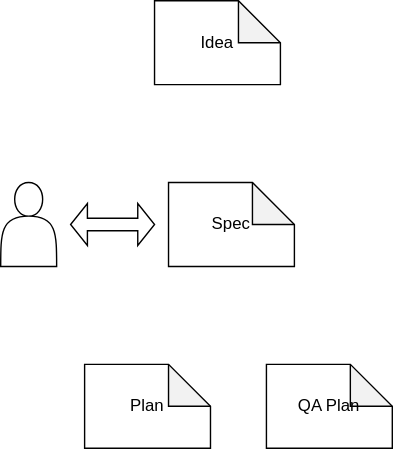
Before: images/spec-dd.drawio.svg, a diagram exported from draw.io (preludetech/how_i_claude_pytv_2026). Source tidied: cells renumbered, new cells last; positions are measured from the earlier drawing's top-left corner, leaving out a move shared by most shapes.
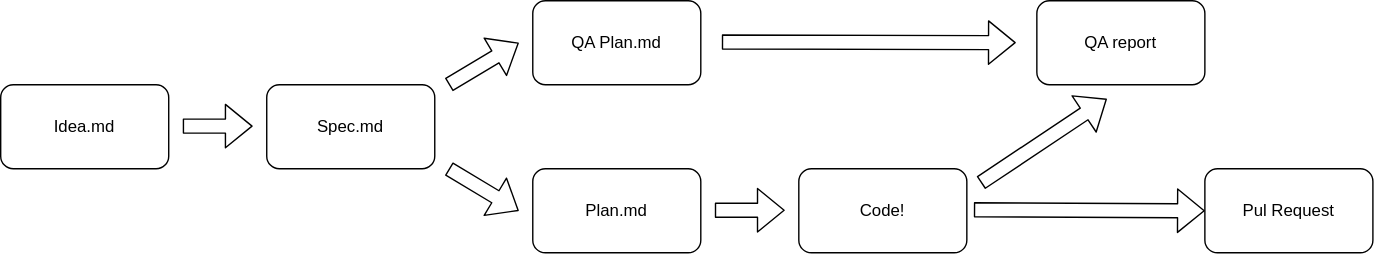
Above is the later version.

Commit message:
better spec dd slides

The edit, as a diff of the source:
```diff
@@ -2,23 +2,68 @@
   <root>
     <mxCell id="0" />
     <mxCell id="1" parent="0" />
-    <mxCell id="2" value="Idea&amp;nbsp; &amp;nbsp; &amp;nbsp; &amp;nbsp;" style="shape=note;whiteSpace=wrap;html=1;backgroundOutline=1;darkOpacity=0.05;" parent="1" vertex="1">
-      <mxGeometry x="110" width="90" height="60" as="geometry" />
-    </mxCell>
-    <mxCell id="3" value="Spec&amp;nbsp; &amp;nbsp; &amp;nbsp;" style="shape=note;whiteSpace=wrap;html=1;backgroundOutline=1;darkOpacity=0.05;" parent="1" vertex="1">
-      <mxGeometry x="120" y="130" width="90" height="60" as="geometry" />
-    </mxCell>
-    <mxCell id="4" style="shape=actor;whiteSpace=wrap;html=1;" parent="1" vertex="1">
-      <mxGeometry y="130" width="40" height="60" as="geometry" />
-    </mxCell>
-    <mxCell id="5" style="shape=doubleArrow;whiteSpace=wrap;html=1;" parent="1" vertex="1">
-      <mxGeometry x="50" y="145" width="60" height="30" as="geometry" />
-    </mxCell>
-    <mxCell id="6" value="Plan&amp;nbsp; &amp;nbsp; &amp;nbsp;" style="shape=note;whiteSpace=wrap;html=1;backgroundOutline=1;darkOpacity=0.05;" parent="1" vertex="1">
-      <mxGeometry x="60" y="260" width="90" height="60" as="geometry" />
-    </mxCell>
-    <mxCell id="7" value="QA Plan&amp;nbsp; &amp;nbsp; &amp;nbsp; &amp;nbsp;" style="shape=note;whiteSpace=wrap;html=1;backgroundOutline=1;darkOpacity=0.05;" parent="1" vertex="1">
-      <mxGeometry x="190" y="260" width="90" height="60" as="geometry" />
-    </mxCell>
+    <mxCell id="8" value="Idea.md" style="rounded=1;whiteSpace=wrap;html=1;" parent="1" vertex="1">
+      <mxGeometry x="30" y="-390" width="120" height="60" as="geometry" />
+    </mxCell>
+    <mxCell id="9" value="Spec.md" style="rounded=1;whiteSpace=wrap;html=1;" parent="1" vertex="1">
+      <mxGeometry x="220" y="-390" width="120" height="60" as="geometry" />
+    </mxCell>
+    <mxCell id="10" value="Plan.md" style="rounded=1;whiteSpace=wrap;html=1;" parent="1" vertex="1">
+      <mxGeometry x="410" y="-330" width="120" height="60" as="geometry" />
+    </mxCell>
+    <mxCell id="11" value="QA Plan.md" style="rounded=1;whiteSpace=wrap;html=1;" parent="1" vertex="1">
+      <mxGeometry x="410" y="-450" width="120" height="60" as="geometry" />
+    </mxCell>
+    <mxCell id="12" value="Code!" style="rounded=1;whiteSpace=wrap;html=1;" parent="1" vertex="1">
+      <mxGeometry x="600" y="-330" width="120" height="60" as="geometry" />
+    </mxCell>
+    <mxCell id="13" value="QA report" style="rounded=1;whiteSpace=wrap;html=1;" parent="1" vertex="1">
+      <mxGeometry x="770" y="-450" width="120" height="60" as="geometry" />
+    </mxCell>
+    <mxCell id="14" style="shape=flexArrow;endArrow=classic;html=1;" parent="1" edge="1">
+      <mxGeometry relative="1" as="geometry">
+        <mxPoint x="540" y="-300.4" as="sourcePoint" />
+        <mxPoint x="590" y="-300.4" as="targetPoint" />
+      </mxGeometry>
+    </mxCell>
+    <mxCell id="15" style="shape=flexArrow;endArrow=classic;html=1;" parent="1" edge="1">
+      <mxGeometry relative="1" as="geometry">
+        <mxPoint x="160" y="-360.5" as="sourcePoint" />
+        <mxPoint x="210" y="-360.5" as="targetPoint" />
+      </mxGeometry>
+    </mxCell>
+    <mxCell id="16" style="shape=flexArrow;endArrow=classic;html=1;" parent="1" edge="1">
+      <mxGeometry relative="1" as="geometry">
+        <mxPoint x="545" y="-420.6" as="sourcePoint" />
+        <mxPoint x="755" y="-420.1" as="targetPoint" />
+      </mxGeometry>
+    </mxCell>
+    <mxCell id="17" style="shape=flexArrow;endArrow=classic;html=1;" parent="1" edge="1">
+      <mxGeometry relative="1" as="geometry">
+        <mxPoint x="350" y="-390" as="sourcePoint" />
+        <mxPoint x="400" y="-420" as="targetPoint" />
+      </mxGeometry>
+    </mxCell>
+    <mxCell id="18" style="shape=flexArrow;endArrow=classic;html=1;entryX=0;entryY=0.5;entryDx=0;entryDy=0;" parent="1" edge="1">
+      <mxGeometry relative="1" as="geometry">
+        <mxPoint x="350" y="-330" as="sourcePoint" />
+        <mxPoint x="400" y="-300" as="targetPoint" />
+      </mxGeometry>
+    </mxCell>
+    <mxCell id="19" style="shape=flexArrow;endArrow=classic;html=1;" parent="1" edge="1">
+      <mxGeometry relative="1" as="geometry">
+        <mxPoint x="730" y="-320" as="sourcePoint" />
+        <mxPoint x="820" y="-380" as="targetPoint" />
+      </mxGeometry>
+    </mxCell>
+    <mxCell id="20" value="Pul Request" style="rounded=1;whiteSpace=wrap;html=1;" parent="1" vertex="1">
+      <mxGeometry x="890" y="-330" width="120" height="60" as="geometry" />
+    </mxCell>
+    <mxCell id="21" style="shape=flexArrow;endArrow=classic;html=1;" parent="1" edge="1">
+      <mxGeometry relative="1" as="geometry">
+        <mxPoint x="725" y="-300.7" as="sourcePoint" />
+        <mxPoint x="890" y="-300" as="targetPoint" />
+      </mxGeometry>
+    </mxCell>
   </root>
 </mxGraphModel>
```
